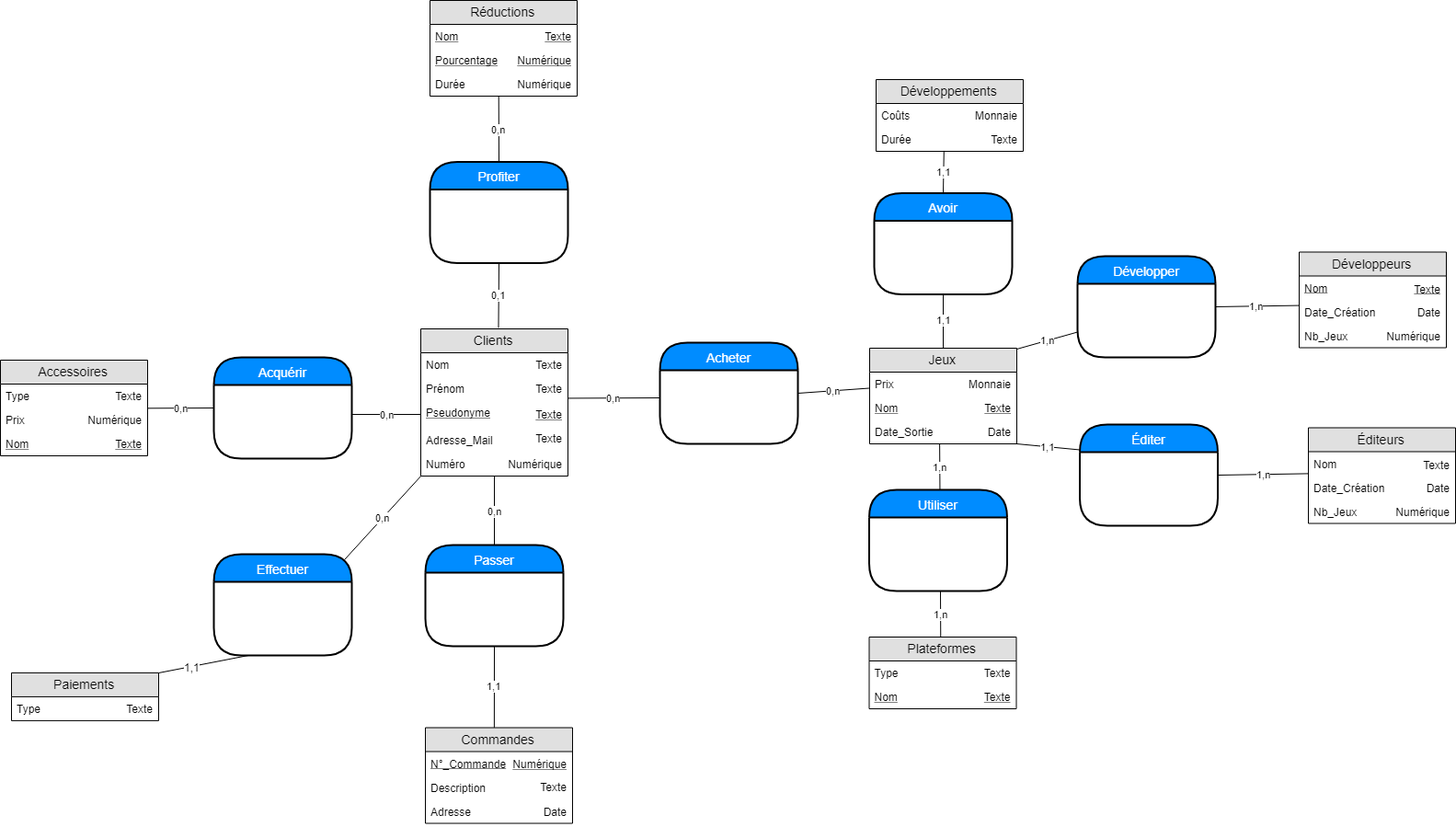
Mounir37/MA-08-TGN-MFX keeps this draw.io diagram as MCD.png. Above is the earlier version. Source tidied: cells renumbered, new cells last; positions are measured from the earlier drawing's top-left corner, leaving out a move shared by most shapes.
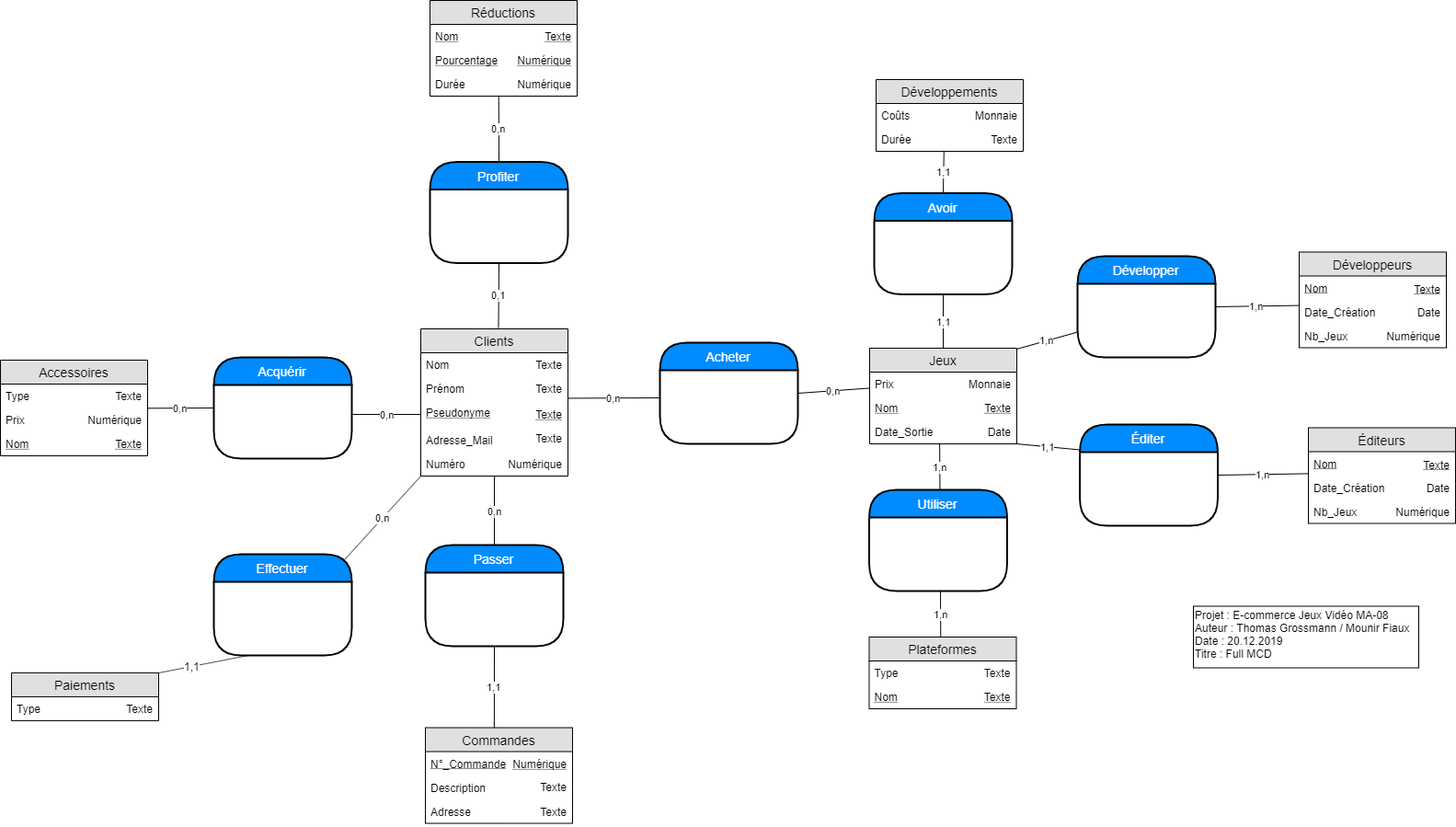
Later version of the same file.

Diff of the diagram source:
```diff
@@ -119,7 +119,7 @@
     <mxCell id="40" value="Éditeurs" style="swimlane;fontStyle=0;horizontal=1;startSize=26;fillColor=#e0e0e0;swimlaneFillColor=#ffffff;align=center;fontSize=14;" parent="39" vertex="1">
       <mxGeometry width="160" height="104" as="geometry" />
     </mxCell>
-    <mxCell id="41" value="Nom" style="text;strokeColor=none;fillColor=none;spacingLeft=4;spacingRight=4;overflow=hidden;points=[[0,0.5],[1,0.5]];portConstraint=eastwest;fontSize=12;" parent="40" vertex="1">
+    <mxCell id="41" value="Nom" style="text;strokeColor=none;fillColor=none;spacingLeft=4;spacingRight=4;overflow=hidden;points=[[0,0.5],[1,0.5]];portConstraint=eastwest;fontSize=12;fontStyle=4;" parent="40" vertex="1">
       <mxGeometry y="26" width="160" height="26" as="geometry" />
     </mxCell>
     <mxCell id="42" value="Date_Création" style="text;strokeColor=none;fillColor=none;spacingLeft=4;spacingRight=4;overflow=hidden;fontSize=12;" parent="40" vertex="1">
@@ -128,7 +128,7 @@
     <mxCell id="43" value="Nb_Jeux" style="text;strokeColor=none;fillColor=none;spacingLeft=4;spacingRight=4;overflow=hidden;fontSize=12;" parent="40" vertex="1">
       <mxGeometry y="78" width="160" height="26" as="geometry" />
     </mxCell>
-    <mxCell id="44" value="Texte" style="text;strokeColor=none;fillColor=none;spacingLeft=4;spacingRight=4;overflow=hidden;fontSize=12;align=right;" parent="1" vertex="1">
+    <mxCell id="44" value="Texte" style="text;strokeColor=none;fillColor=none;spacingLeft=4;spacingRight=4;overflow=hidden;fontSize=12;align=right;horizontal=1;fontStyle=4;" parent="1" vertex="1">
       <mxGeometry x="1497" y="491.5" width="85" height="26" as="geometry" />
     </mxCell>
     <mxCell id="45" value="Date" style="text;strokeColor=none;fillColor=none;spacingLeft=4;spacingRight=4;overflow=hidden;fontSize=12;align=right;" parent="1" vertex="1">
@@ -161,7 +161,7 @@
     <mxCell id="54" value="Texte" style="text;strokeColor=none;fillColor=none;spacingLeft=4;spacingRight=4;overflow=hidden;fontSize=12;align=right;" parent="1" vertex="1">
       <mxGeometry x="537" y="842" width="85" height="26" as="geometry" />
     </mxCell>
-    <mxCell id="55" value="Date" style="text;strokeColor=none;fillColor=none;spacingLeft=4;spacingRight=4;overflow=hidden;fontSize=12;align=right;" parent="1" vertex="1">
+    <mxCell id="55" value="Texte" style="text;strokeColor=none;fillColor=none;spacingLeft=4;spacingRight=4;overflow=hidden;fontSize=12;align=right;" parent="1" vertex="1">
       <mxGeometry x="537" y="869" width="85" height="26" as="geometry" />
     </mxCell>
     <mxCell id="56" value="Texte" style="text;strokeColor=none;fillColor=none;spacingLeft=4;spacingRight=4;overflow=hidden;fontSize=12;align=right;fontStyle=4;" parent="1" vertex="1">
@@ -306,5 +306,14 @@
     <mxCell id="99" value="1,n" style="endArrow=none;html=1;exitX=1;exitY=0.5;exitDx=0;exitDy=0;entryX=0.001;entryY=0.919;entryDx=0;entryDy=0;entryPerimeter=0;" parent="1" edge="1" source="76" target="41">
       <mxGeometry relative="1" as="geometry" />
     </mxCell>
+    <mxCell id="100" style="group;" parent="1" vertex="1">
+      <mxGeometry x="1297" y="658.5" width="250" height="67" as="geometry" />
+    </mxCell>
+    <mxCell id="101" style="rounded=0;whiteSpace=wrap;html=1;" parent="100" vertex="1">
+      <mxGeometry width="245" height="67" as="geometry" />
+    </mxCell>
+    <mxCell id="102" value="Projet : E-commerce Jeux Vidéo MA-08&lt;br&gt;Auteur : Thomas Grossmann / Mounir Fiaux&lt;br&gt;Date : 20.12.2019&lt;br&gt;Titre : Full MCD&lt;br&gt;" style="text;html=1;align=left;verticalAlign=top;spacingTop=-4;" parent="100" vertex="1">
+      <mxGeometry y="0.5" width="250" height="60" as="geometry" />
+    </mxCell>
   </root>
 </mxGraphModel>
```
